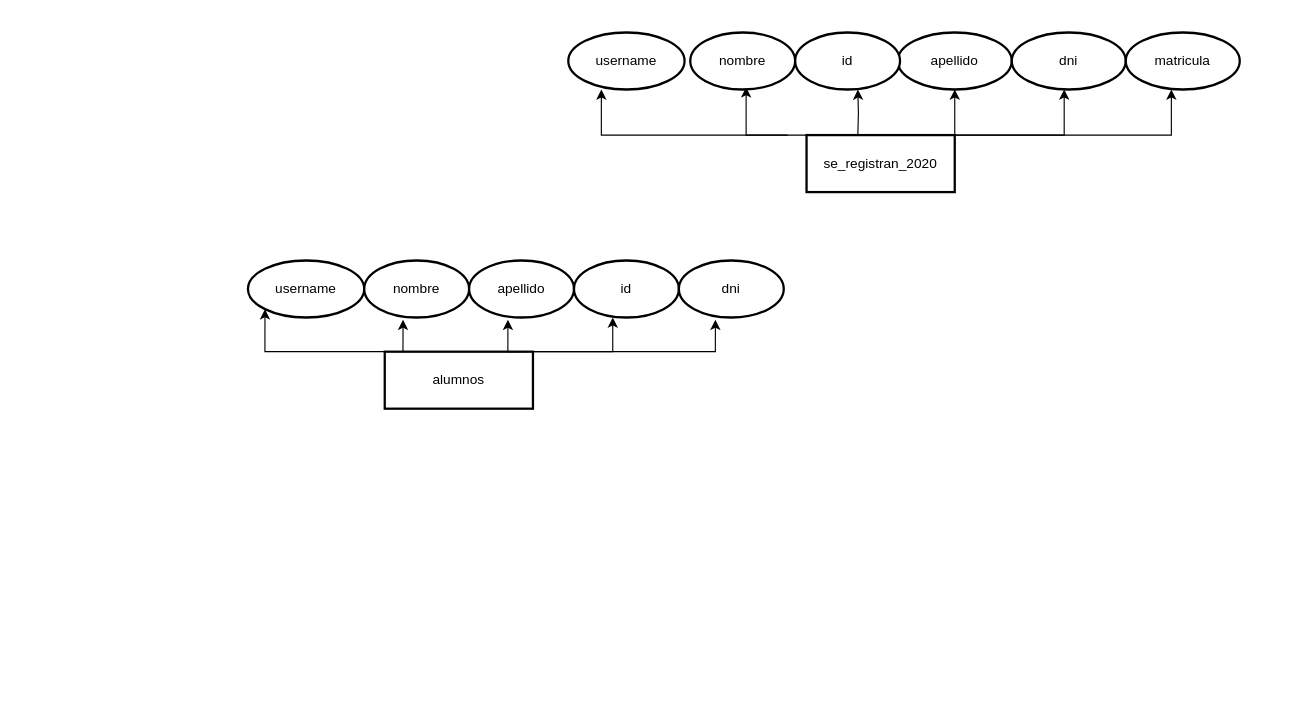
arcv1337/arcv1337 keeps this draw.io diagram as Diagrama sin título.drawio. Above is the earlier version. Source tidied: cells renumbered, new cells numbered last; positions are measured from the earlier drawing's top-left corner, leaving out a move shared by most shapes. Both pictures are drawn from the tidied source at 114%, with x=0, y=0 at pixel (247, 32).
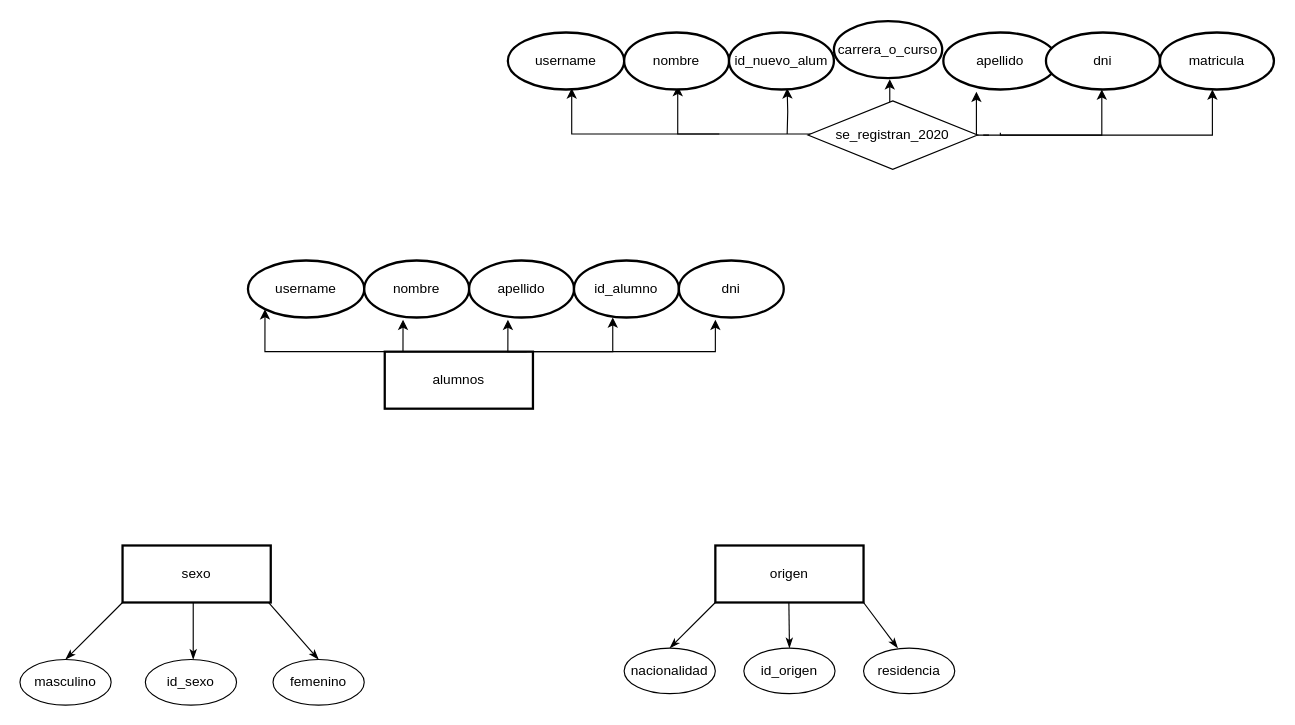
Above is the later version.

Diff of the diagram source:
```diff
@@
     <mxCell id="2" style="edgeStyle=orthogonalEdgeStyle;rounded=0;orthogonalLoop=1;jettySize=auto;html=1;exitX=0.5;exitY=0;exitDx=0;exitDy=0;" parent="1" edge="1">
       <mxGeometry relative="1" as="geometry">
-        <mxPoint x="521" y="91" as="sourcePoint" />
-        <mxPoint x="310" y="50" as="targetPoint" />
+        <mxPoint x="495" y="90" as="sourcePoint" />
+        <mxPoint x="284" y="49" as="targetPoint" />
         <Array as="points">
-          <mxPoint x="521" y="90" />
+          <mxPoint x="495" y="89" />
         </Array>
       </mxGeometry>
     </mxCell>
     <mxCell id="3" style="edgeStyle=orthogonalEdgeStyle;rounded=0;orthogonalLoop=1;jettySize=auto;html=1;exitX=0.25;exitY=0;exitDx=0;exitDy=0;" parent="1" edge="1">
       <mxGeometry relative="1" as="geometry">
-        <mxPoint x="473.5" y="90" as="sourcePoint" />
-        <mxPoint x="437" y="48" as="targetPoint" />
+        <mxPoint x="413.5" y="89" as="sourcePoint" />
+        <mxPoint x="377" y="47" as="targetPoint" />
         <Array as="points">
-          <mxPoint x="437" y="90" />
+          <mxPoint x="377" y="89" />
         </Array>
       </mxGeometry>
     </mxCell>
     <mxCell id="4" style="edgeStyle=orthogonalEdgeStyle;rounded=0;orthogonalLoop=1;jettySize=auto;html=1;exitX=1;exitY=0;exitDx=0;exitDy=0;" parent="1" edge="1">
       <mxGeometry relative="1" as="geometry">
-        <mxPoint x="612" y="90" as="sourcePoint" />
-        <mxPoint x="716" y="49.9" as="targetPoint" />
+        <mxPoint x="645" y="90" as="sourcePoint" />
+        <mxPoint x="749" y="49.9" as="targetPoint" />
         <Array as="points">
-          <mxPoint x="716" y="90" />
+          <mxPoint x="749" y="90" />
         </Array>
       </mxGeometry>
     </mxCell>
-    <mxCell id="5" style="edgeStyle=orthogonalEdgeStyle;rounded=0;jettySize=auto;html=1;exitX=1;exitY=0;exitDx=0;exitDy=0;entryX=0.5;entryY=1;entryDx=0;entryDy=0;" parent="1" edge="1" source="8" target="11">
-      <mxGeometry relative="1" as="geometry" />
+    <mxCell id="5" style="edgeStyle=orthogonalEdgeStyle;rounded=0;orthogonalLoop=1;jettySize=auto;html=1;entryX=0.5;entryY=1;entryDx=0;entryDy=0;" parent="1" edge="1">
+      <mxGeometry relative="1" as="geometry">
+        <mxPoint x="650" y="90" as="sourcePoint" />
+        <mxPoint x="639" y="52" as="targetPoint" />
+      </mxGeometry>
     </mxCell>
     <mxCell id="6" style="edgeStyle=orthogonalEdgeStyle;rounded=0;orthogonalLoop=1;jettySize=auto;html=1;exitX=0.5;exitY=0;exitDx=0;exitDy=0;" parent="1" edge="1">
       <mxGeometry relative="1" as="geometry">
-        <mxPoint x="535" y="90" as="sourcePoint" />
-        <mxPoint x="535" y="50" as="targetPoint" />
+        <mxPoint x="473" y="89" as="sourcePoint" />
+        <mxPoint x="473" y="49" as="targetPoint" />
       </mxGeometry>
     </mxCell>
-    <mxCell id="7" style="edgeStyle=orthogonalEdgeStyle;rounded=0;jettySize=auto;html=1;exitX=1;exitY=0;exitDx=0;exitDy=0;" parent="1" edge="1" source="8">
+    <mxCell id="7" style="edgeStyle=orthogonalEdgeStyle;rounded=0;orthogonalLoop=1;jettySize=auto;html=1;exitX=1;exitY=0;exitDx=0;exitDy=0;" parent="1" edge="1">
       <mxGeometry relative="1" as="geometry">
-        <mxPoint x="810" y="50" as="targetPoint" />
+        <mxPoint x="660" y="88" as="sourcePoint" />
+        <mxPoint x="846" y="50" as="targetPoint" />
         <Array as="points">
-          <mxPoint x="670" y="90" />
-          <mxPoint x="670" y="90" />
+          <mxPoint x="660" y="90" />
+          <mxPoint x="846" y="90" />
         </Array>
       </mxGeometry>
     </mxCell>
-    <mxCell id="8" value="se_registran_2020" style="rounded=0;whiteSpace=wrap;html=1;strokeWidth=2;" parent="1" vertex="1">
-      <mxGeometry x="490" y="90" width="130" height="50" as="geometry" />
-    </mxCell>
     <mxCell id="9" value="username" style="ellipse;whiteSpace=wrap;html=1;strokeWidth=2;" parent="1" vertex="1">
-      <mxGeometry x="281" width="102" height="50" as="geometry" />
+      <mxGeometry x="228" width="102" height="50" as="geometry" />
     </mxCell>
     <mxCell id="10" value="nombre" style="ellipse;whiteSpace=wrap;html=1;strokeWidth=2;" parent="1" vertex="1">
-      <mxGeometry x="388" width="92" height="50" as="geometry" />
+      <mxGeometry x="330" width="92" height="50" as="geometry" />
     </mxCell>
     <mxCell id="11" value="apellido" style="ellipse;whiteSpace=wrap;html=1;strokeWidth=2;" parent="1" vertex="1">
-      <mxGeometry x="570" width="100" height="50" as="geometry" />
+      <mxGeometry x="610" width="100" height="50" as="geometry" />
     </mxCell>
     <mxCell id="12" value="dni" style="ellipse;whiteSpace=wrap;html=1;strokeWidth=2;" parent="1" vertex="1">
-      <mxGeometry x="670" width="100" height="50" as="geometry" />
+      <mxGeometry x="700" width="100" height="50" as="geometry" />
     </mxCell>
-    <mxCell id="13" value="id" style="ellipse;whiteSpace=wrap;html=1;strokeWidth=2;" parent="1" vertex="1">
-      <mxGeometry x="480" width="92" height="50" as="geometry" />
+    <mxCell id="13" value="id_nuevo_alum" style="ellipse;whiteSpace=wrap;html=1;strokeWidth=2;" parent="1" vertex="1">
+      <mxGeometry x="422" width="92" height="50" as="geometry" />
     </mxCell>
@@
-    <mxCell id="23" value="id" style="ellipse;whiteSpace=wrap;html=1;strokeWidth=2;" parent="1" vertex="1">
+    <mxCell id="23" value="id_alumno" style="ellipse;whiteSpace=wrap;html=1;strokeWidth=2;" parent="1" vertex="1">
       <mxGeometry x="286" y="200" width="92" height="50" as="geometry" />
     </mxCell>
@@
     <mxCell id="25" value="matricula" style="ellipse;whiteSpace=wrap;html=1;strokeWidth=2;" parent="1" vertex="1">
-      <mxGeometry x="770" width="100" height="50" as="geometry" />
+      <mxGeometry x="800" width="100" height="50" as="geometry" />
     </mxCell>
+    <mxCell id="26" value="origen" style="rounded=0;whiteSpace=wrap;html=1;strokeWidth=2;" parent="1" vertex="1">
+      <mxGeometry x="410" y="450" width="130" height="50" as="geometry" />
+    </mxCell>
+    <mxCell id="27" value="sexo" style="rounded=0;whiteSpace=wrap;html=1;strokeWidth=2;" parent="1" vertex="1">
+      <mxGeometry x="-110" y="450" width="130" height="50" as="geometry" />
+    </mxCell>
+    <mxCell id="28" style="endArrow=none;html=1;rounded=0;startArrow=classicThin;startFill=1;" parent="1" edge="1">
+      <mxGeometry relative="1" as="geometry">
+        <mxPoint x="-160" y="550" as="sourcePoint" />
+        <mxPoint x="-110" y="500" as="targetPoint" />
+      </mxGeometry>
+    </mxCell>
+    <mxCell id="29" value="masculino" style="ellipse;whiteSpace=wrap;html=1;" parent="1" vertex="1">
+      <mxGeometry x="-200" y="550" width="80" height="40" as="geometry" />
+    </mxCell>
+    <mxCell id="30" value="femenino" style="ellipse;whiteSpace=wrap;html=1;" parent="1" vertex="1">
+      <mxGeometry x="22" y="550" width="80" height="40" as="geometry" />
+    </mxCell>
+    <mxCell id="31" style="endArrow=none;html=1;rounded=0;startArrow=classicThin;startFill=1;exitX=0.5;exitY=0;exitDx=0;exitDy=0;" parent="1" edge="1" source="30">
+      <mxGeometry relative="1" as="geometry">
+        <mxPoint x="18" y="500" as="targetPoint" />
+      </mxGeometry>
+    </mxCell>
+    <mxCell id="32" style="endArrow=none;html=1;rounded=0;startArrow=classicThin;startFill=1;" parent="1" edge="1">
+      <mxGeometry relative="1" as="geometry">
+        <mxPoint x="-48" y="550" as="sourcePoint" />
+        <mxPoint x="-48" y="500" as="targetPoint" />
+      </mxGeometry>
+    </mxCell>
+    <mxCell id="33" value="id_sexo" style="ellipse;whiteSpace=wrap;html=1;" parent="1" vertex="1">
+      <mxGeometry x="-90" y="550" width="80" height="40" as="geometry" />
+    </mxCell>
+    <mxCell id="34" style="endArrow=none;html=1;rounded=0;startArrow=classicThin;startFill=1;" parent="1" edge="1">
+      <mxGeometry relative="1" as="geometry">
+        <mxPoint x="475" y="540" as="sourcePoint" />
+        <mxPoint x="474.5" y="500" as="targetPoint" />
+      </mxGeometry>
+    </mxCell>
+    <mxCell id="35" value="id_origen" style="ellipse;whiteSpace=wrap;html=1;" parent="1" vertex="1">
+      <mxGeometry x="435" y="540" width="80" height="40" as="geometry" />
+    </mxCell>
+    <mxCell id="36" style="endArrow=none;html=1;rounded=0;startArrow=classicThin;startFill=1;" parent="1" edge="1">
+      <mxGeometry relative="1" as="geometry">
+        <mxPoint x="370" y="540" as="sourcePoint" />
+        <mxPoint x="410" y="500" as="targetPoint" />
+      </mxGeometry>
+    </mxCell>
+    <mxCell id="37" value="nacionalidad" style="ellipse;whiteSpace=wrap;html=1;" parent="1" vertex="1">
+      <mxGeometry x="330" y="540" width="80" height="40" as="geometry" />
+    </mxCell>
+    <mxCell id="38" style="endArrow=none;html=1;rounded=0;startArrow=classicThin;startFill=1;" parent="1" edge="1">
+      <mxGeometry relative="1" as="geometry">
+        <mxPoint x="570" y="540" as="sourcePoint" />
+        <mxPoint x="540" y="500" as="targetPoint" />
+      </mxGeometry>
+    </mxCell>
+    <mxCell id="39" value="residencia" style="ellipse;whiteSpace=wrap;html=1;" parent="1" vertex="1">
+      <mxGeometry x="540" y="540" width="80" height="40" as="geometry" />
+    </mxCell>
+    <mxCell id="40" style="endArrow=classic;html=1;rounded=0;" parent="1" edge="1">
+      <mxGeometry relative="1" as="geometry">
+        <mxPoint x="563" y="79" as="sourcePoint" />
+        <mxPoint x="563" y="41" as="targetPoint" />
+      </mxGeometry>
+    </mxCell>
+    <mxCell id="41" value="carrera_o_curso" style="ellipse;whiteSpace=wrap;html=1;strokeWidth=2;" parent="1" vertex="1">
+      <mxGeometry x="514" y="-10" width="95" height="50" as="geometry" />
+    </mxCell>
+    <mxCell id="8" value="se_registran_2020" style="rhombus;whiteSpace=wrap;html=1;" parent="1" vertex="1">
+      <mxGeometry x="491.2" y="60" width="148.8" height="60" as="geometry" />
+    </mxCell>
```
